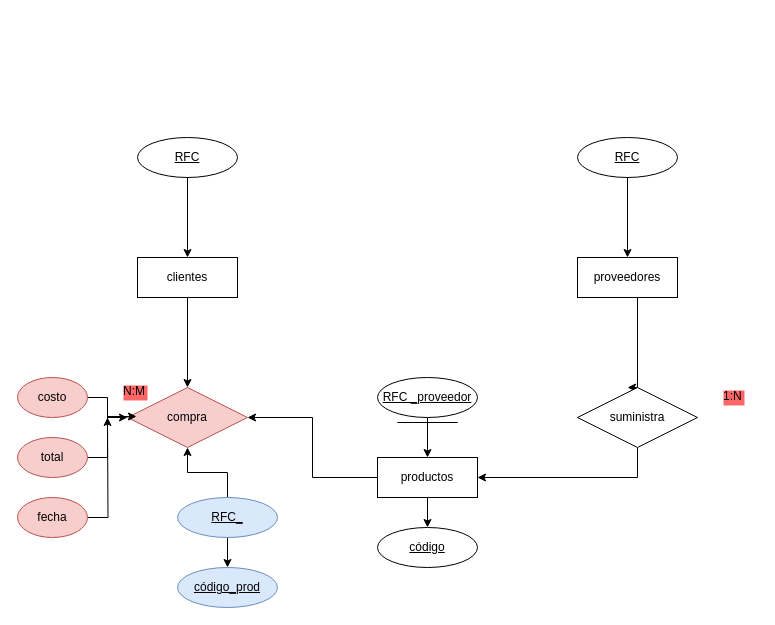
Before: Diagrama sin título.drawio in yomeritacode/cursodesarrolloweb, a draw.io diagram. Source tidied: cells renumbered, new cells numbered last; positions are measured from the earlier drawing's top-left corner, leaving out a move shared by most shapes. Both pictures are drawn from the tidied source at 100%, with x=0, y=0 at pixel (17, 137).
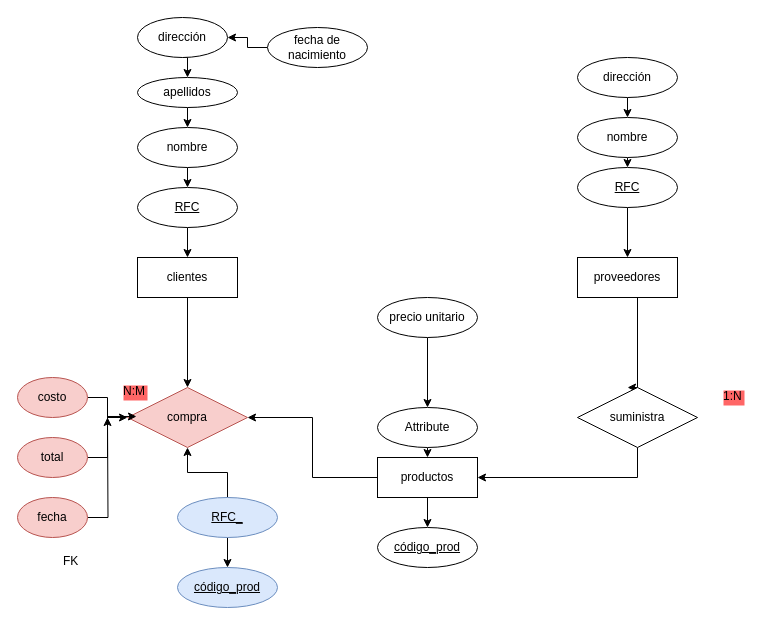
The same page after the edit.

Unchanged cells that the change refers to:
```xml
<mxCell id="8" value="productos" style="whiteSpace=wrap;html=1;align=center;" parent="1" vertex="1">
  <mxGeometry x="360" y="320" width="100" height="40" as="geometry" />
</mxCell>
```

What changed in the source:
```diff
@@
     <mxCell id="19" value="RFC" style="ellipse;whiteSpace=wrap;html=1;align=center;fontStyle=4;" parent="1" vertex="1">
-      <mxGeometry x="120" width="100" height="40" as="geometry" />
+      <mxGeometry x="120" y="50" width="100" height="40" as="geometry" />
     </mxCell>
-    <mxCell id="20" style="edgeStyle=orthogonalEdgeStyle;rounded=0;jettySize=auto;html=1;exitX=0.5;exitY=1;exitDx=0;exitDy=0;entryX=0.5;entryY=0;entryDx=0;entryDy=0;" parent="1" edge="1" source="21" target="8">
-      <mxGeometry relative="1" as="geometry" />
-    </mxCell>
-    <mxCell id="21" value="RFC _proveedor" style="ellipse;whiteSpace=wrap;html=1;align=center;fontStyle=4;" parent="1" vertex="1">
-      <mxGeometry x="360" y="240" width="100" height="40" as="geometry" />
-    </mxCell>
@@
     <mxCell id="23" value="RFC" style="ellipse;whiteSpace=wrap;html=1;align=center;fontStyle=4;" parent="1" vertex="1">
-      <mxGeometry x="560" width="100" height="40" as="geometry" />
+      <mxGeometry x="560" y="30" width="100" height="40" as="geometry" />
     </mxCell>
@@
-    <mxCell id="25" value="código" style="ellipse;whiteSpace=wrap;html=1;align=center;fontStyle=4;" parent="1" vertex="1">
+    <mxCell id="25" value="código_prod" style="ellipse;whiteSpace=wrap;html=1;align=center;fontStyle=4;" parent="1" vertex="1">
       <mxGeometry x="360" y="390" width="100" height="40" as="geometry" />
     </mxCell>
@@
+    <mxCell id="34" style="edgeStyle=orthogonalEdgeStyle;rounded=0;jettySize=auto;html=1;exitX=0.5;exitY=1;exitDx=0;exitDy=0;entryX=0.5;entryY=0;entryDx=0;entryDy=0;" parent="1" edge="1" source="35" target="8">
+      <mxGeometry relative="1" as="geometry" />
+    </mxCell>
+    <mxCell id="35" value="Attribute" style="ellipse;whiteSpace=wrap;html=1;align=center;labelBackgroundColor=none;" parent="1" vertex="1">
+      <mxGeometry x="360" y="270" width="100" height="40" as="geometry" />
+    </mxCell>
+    <mxCell id="36" style="edgeStyle=orthogonalEdgeStyle;rounded=0;jettySize=auto;html=1;exitX=0.5;exitY=1;exitDx=0;exitDy=0;entryX=0.5;entryY=0;entryDx=0;entryDy=0;" parent="1" edge="1" source="37" target="43">
+      <mxGeometry relative="1" as="geometry" />
+    </mxCell>
+    <mxCell id="37" value="apellidos" style="ellipse;whiteSpace=wrap;html=1;align=center;labelBackgroundColor=none;" parent="1" vertex="1">
+      <mxGeometry x="120" y="-60" width="100" height="30" as="geometry" />
+    </mxCell>
+    <mxCell id="38" style="edgeStyle=orthogonalEdgeStyle;rounded=0;jettySize=auto;html=1;exitX=0.5;exitY=1;exitDx=0;exitDy=0;entryX=0.5;entryY=0;entryDx=0;entryDy=0;" parent="1" edge="1" source="39" target="37">
+      <mxGeometry relative="1" as="geometry" />
+    </mxCell>
+    <mxCell id="39" value="dirección" style="ellipse;whiteSpace=wrap;html=1;align=center;labelBackgroundColor=none;" parent="1" vertex="1">
+      <mxGeometry x="120" y="-120" width="90" height="40" as="geometry" />
+    </mxCell>
+    <mxCell id="40" style="edgeStyle=orthogonalEdgeStyle;rounded=0;jettySize=auto;html=1;exitX=0.5;exitY=1;exitDx=0;exitDy=0;entryX=0.5;entryY=0;entryDx=0;entryDy=0;" parent="1" edge="1" source="41" target="35">
+      <mxGeometry relative="1" as="geometry" />
+    </mxCell>
+    <mxCell id="41" value="precio unitario" style="ellipse;whiteSpace=wrap;html=1;align=center;labelBackgroundColor=none;" parent="1" vertex="1">
+      <mxGeometry x="360" y="160" width="100" height="40" as="geometry" />
+    </mxCell>
+    <mxCell id="42" style="edgeStyle=orthogonalEdgeStyle;rounded=0;jettySize=auto;html=1;exitX=0.5;exitY=1;exitDx=0;exitDy=0;entryX=0.5;entryY=0;entryDx=0;entryDy=0;" parent="1" edge="1" source="43" target="19">
+      <mxGeometry relative="1" as="geometry" />
+    </mxCell>
+    <mxCell id="43" value="nombre" style="ellipse;whiteSpace=wrap;html=1;align=center;labelBackgroundColor=none;" parent="1" vertex="1">
+      <mxGeometry x="120" y="-10" width="100" height="40" as="geometry" />
+    </mxCell>
+    <mxCell id="44" style="edgeStyle=orthogonalEdgeStyle;rounded=0;jettySize=auto;html=1;exitX=0;exitY=0.5;exitDx=0;exitDy=0;entryX=1;entryY=0.5;entryDx=0;entryDy=0;" parent="1" edge="1" source="45" target="39">
+      <mxGeometry relative="1" as="geometry" />
+    </mxCell>
+    <mxCell id="45" value="fecha de nacimiento" style="ellipse;whiteSpace=wrap;html=1;align=center;labelBackgroundColor=none;" parent="1" vertex="1">
+      <mxGeometry x="250" y="-110" width="100" height="40" as="geometry" />
+    </mxCell>
+    <mxCell id="46" style="edgeStyle=orthogonalEdgeStyle;rounded=0;jettySize=auto;html=1;exitX=0.5;exitY=1;exitDx=0;exitDy=0;entryX=0.5;entryY=0;entryDx=0;entryDy=0;" parent="1" edge="1" source="47" target="23">
+      <mxGeometry relative="1" as="geometry" />
+    </mxCell>
+    <mxCell id="47" value="nombre" style="ellipse;whiteSpace=wrap;html=1;align=center;labelBackgroundColor=none;" parent="1" vertex="1">
+      <mxGeometry x="560" y="-20" width="100" height="40" as="geometry" />
+    </mxCell>
+    <mxCell id="48" style="edgeStyle=orthogonalEdgeStyle;rounded=0;jettySize=auto;html=1;exitX=0.5;exitY=1;exitDx=0;exitDy=0;entryX=0.5;entryY=0;entryDx=0;entryDy=0;" parent="1" edge="1" source="49" target="47">
+      <mxGeometry relative="1" as="geometry" />
+    </mxCell>
+    <mxCell id="49" value="dirección" style="ellipse;whiteSpace=wrap;html=1;align=center;labelBackgroundColor=none;" parent="1" vertex="1">
+      <mxGeometry x="560" y="-80" width="100" height="40" as="geometry" />
+    </mxCell>
+    <mxCell id="50" value="FK&#10;" style="text;strokeColor=none;fillColor=none;spacingLeft=4;spacingRight=4;overflow=hidden;fontSize=12;labelBackgroundColor=none;" parent="1" vertex="1">
+      <mxGeometry x="40" y="410" width="40" height="30" as="geometry" />
+    </mxCell>
```
